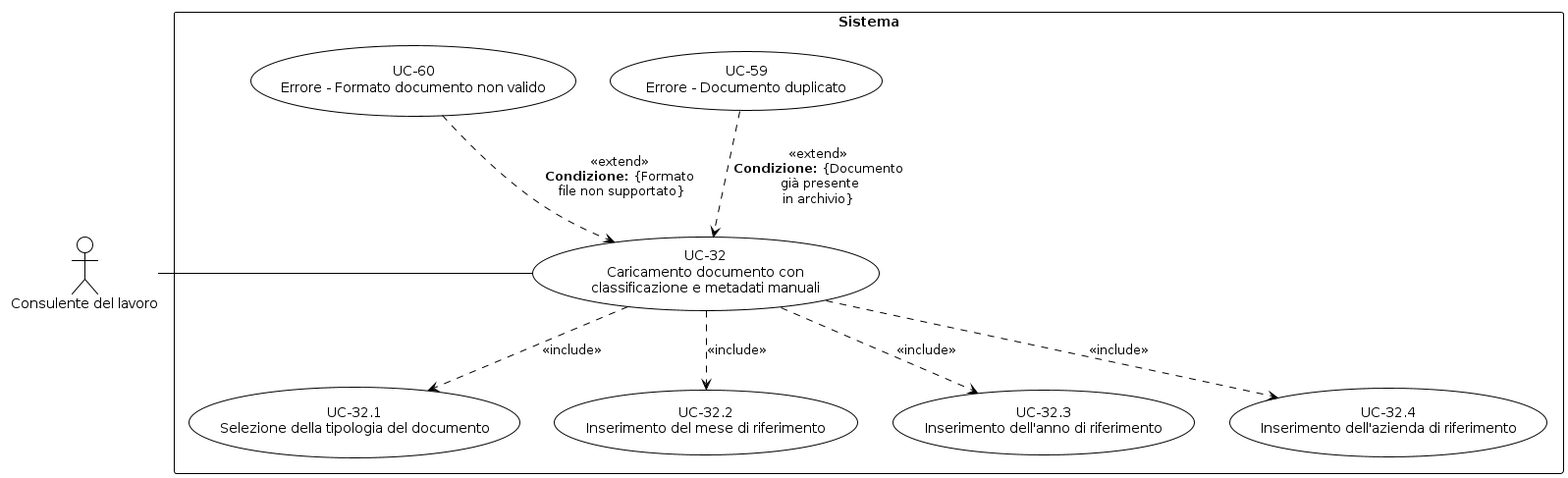
The PlantUML diagram RTB/Analisi dei Requisiti/diagrammi_use_case/UC-32.png in aLittleByte-19/Documentazione, before a commit. Source of this version:
```plantuml
@startuml
!theme plain
skinparam usecase {
  BackgroundColor white
  BorderColor black
}
skinparam actor {
  BackgroundColor white
  BorderColor black
}
skinparam rectangle {
  BackgroundColor white
  BorderColor black
}
top to bottom direction
actor "Consulente del lavoro" as C
rectangle "Sistema" {
  usecase "UC-32\nCaricamento documento con\nclassificazione e metadati manuali" as UC32
  usecase "UC-32.1\nSelezione della tipologia del documento" as UC321
  usecase "UC-32.2\nInserimento del mese di riferimento" as UC322
  usecase "UC-32.3\nInserimento dell'anno di riferimento" as UC323
  usecase "UC-32.4\nInserimento dell'azienda di riferimento" as UC324
  usecase "UC-59\nErrore - Documento duplicato" as UC59
  usecase "UC-60\nErrore - Formato documento non valido" as UC60
  C - UC32
  UC32 -[hidden]u- UC59
  UC59 -[hidden]l- UC60
  UC32 ..> UC321 : <<include>>
  UC32 ..> UC322 : <<include>>
  UC32 ..> UC323 : <<include>>
  UC32 ..> UC324 : <<include>>
  UC59 ..> UC32 : <<extend>>\n**Condizione:** {Documento\n già presente\nin archivio}
  UC60 ..> UC32 : <<extend>>\n**Condizione:** {Formato\n file non supportato}
}
@enduml
```
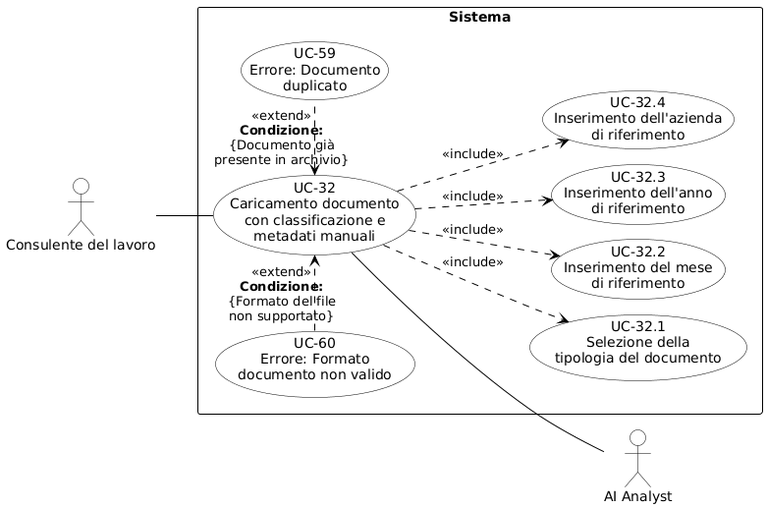
The same diagram one commit later.

Change to the diagram source:
```diff
@@ -1,35 +1,48 @@
 @startuml
-!theme plain
+skinparam shadowing false
+skinparam defaultFontName Arial
+left to right direction
+skinparam nodesep 15
+skinparam ranksep 50
+
 skinparam usecase {
-  BackgroundColor white
-  BorderColor black
+    BackgroundColor white
+    BorderColor black
+    ArrowColor black
 }
 skinparam actor {
-  BackgroundColor white
-  BorderColor black
+    BackgroundColor white
+    BorderColor black
 }
 skinparam rectangle {
-  BackgroundColor white
-  BorderColor black
+    BorderColor black
+    FontStyle bold
 }
-top to bottom direction
-actor "Consulente del lavoro" as C
+
+actor "Consulente del lavoro" as CL
+actor "AI Analyst" as AA
+
 rectangle "Sistema" {
-  usecase "UC-32\nCaricamento documento con\nclassificazione e metadati manuali" as UC32
-  usecase "UC-32.1\nSelezione della tipologia del documento" as UC321
-  usecase "UC-32.2\nInserimento del mese di riferimento" as UC322
-  usecase "UC-32.3\nInserimento dell'anno di riferimento" as UC323
-  usecase "UC-32.4\nInserimento dell'azienda di riferimento" as UC324
-  usecase "UC-59\nErrore - Documento duplicato" as UC59
-  usecase "UC-60\nErrore - Formato documento non valido" as UC60
-  C - UC32
-  UC32 -[hidden]u- UC59
-  UC59 -[hidden]l- UC60
-  UC32 ..> UC321 : <<include>>
-  UC32 ..> UC322 : <<include>>
-  UC32 ..> UC323 : <<include>>
-  UC32 ..> UC324 : <<include>>
-  UC59 ..> UC32 : <<extend>>\n**Condizione:** {Documento\n già presente\nin archivio}
-  UC60 ..> UC32 : <<extend>>\n**Condizione:** {Formato\n file non supportato}
+    usecase "UC-32\nCaricamento documento\ncon classificazione e\nmetadati manuali" as UC32
+
+    usecase "UC-32.1\nSelezione della\ntipologia del documento" as UC32_1
+    usecase "UC-32.2\nInserimento del mese\ndi riferimento" as UC32_2
+    usecase "UC-32.3\nInserimento dell'anno\ndi riferimento" as UC32_3
+    usecase "UC-32.4\nInserimento dell'azienda\ndi riferimento" as UC32_4
+
+    usecase "UC-59\nErrore: Documento\nduplicato" as UC59
+    usecase "UC-60\nErrore: Formato\ndocumento non valido" as UC60
+
+    UC32 ..> UC32_1 : <<include>>
+    UC32 ..> UC32_2 : <<include>>
+    UC32 ..> UC32_3 : <<include>>
+    UC32 ..> UC32_4 : <<include>>
+
+    UC32 <.right. UC59 : <<extend>>\n**Condizione:**\n{Documento già\npresente in archivio}
+
+    UC32 <.left. UC60 : <<extend>>\n**Condizione:**\n{Formato del file\nnon supportato}
 }
+
+CL -- UC32
+UC32 -- AA
 @enduml
```
